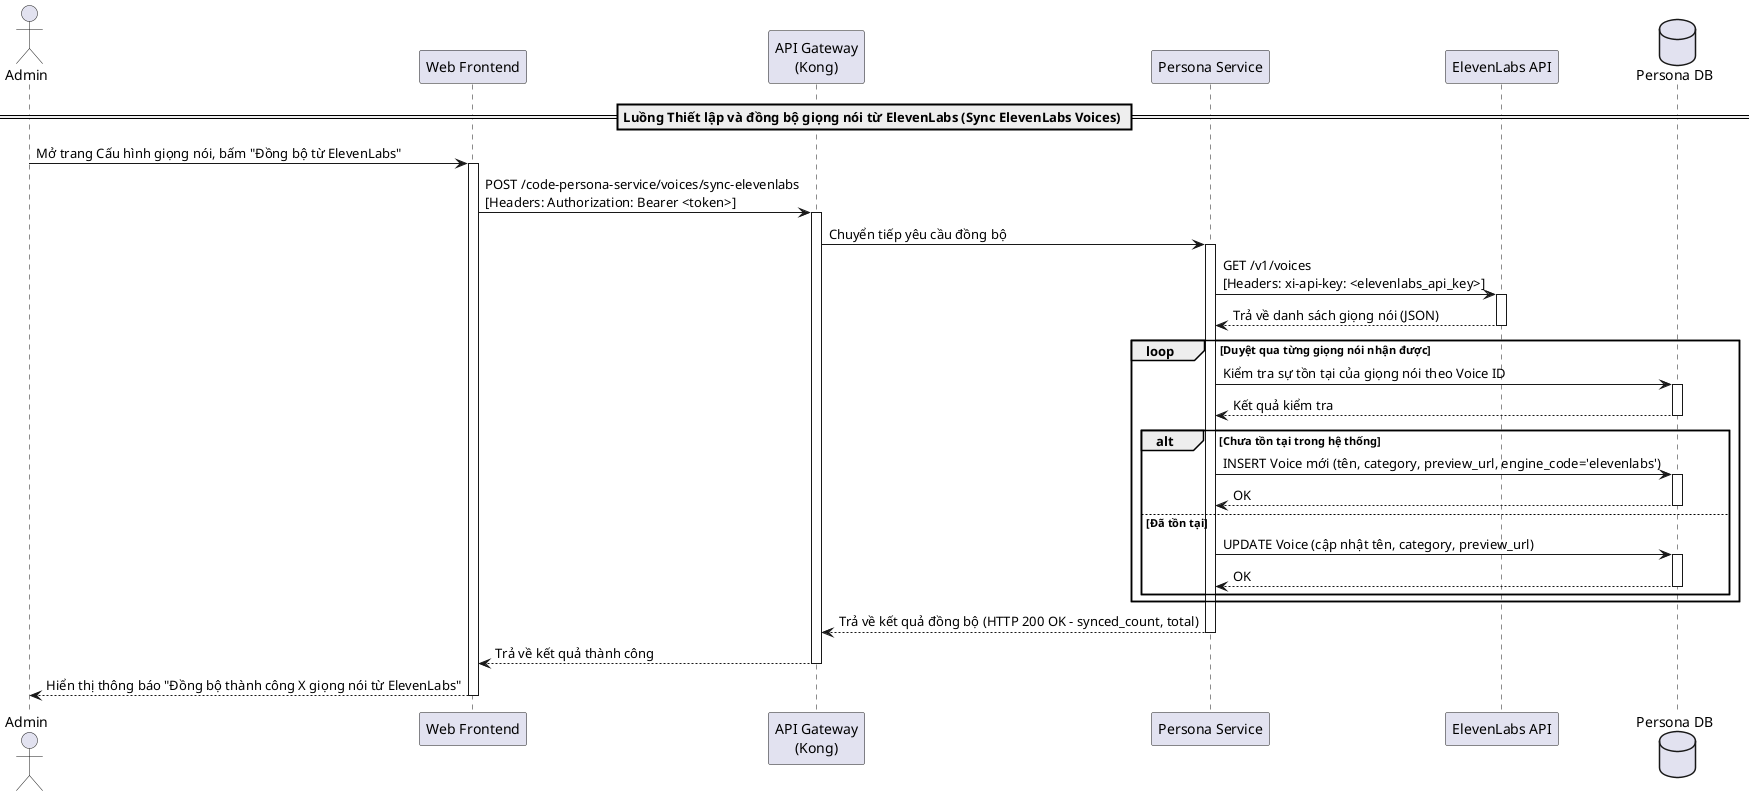
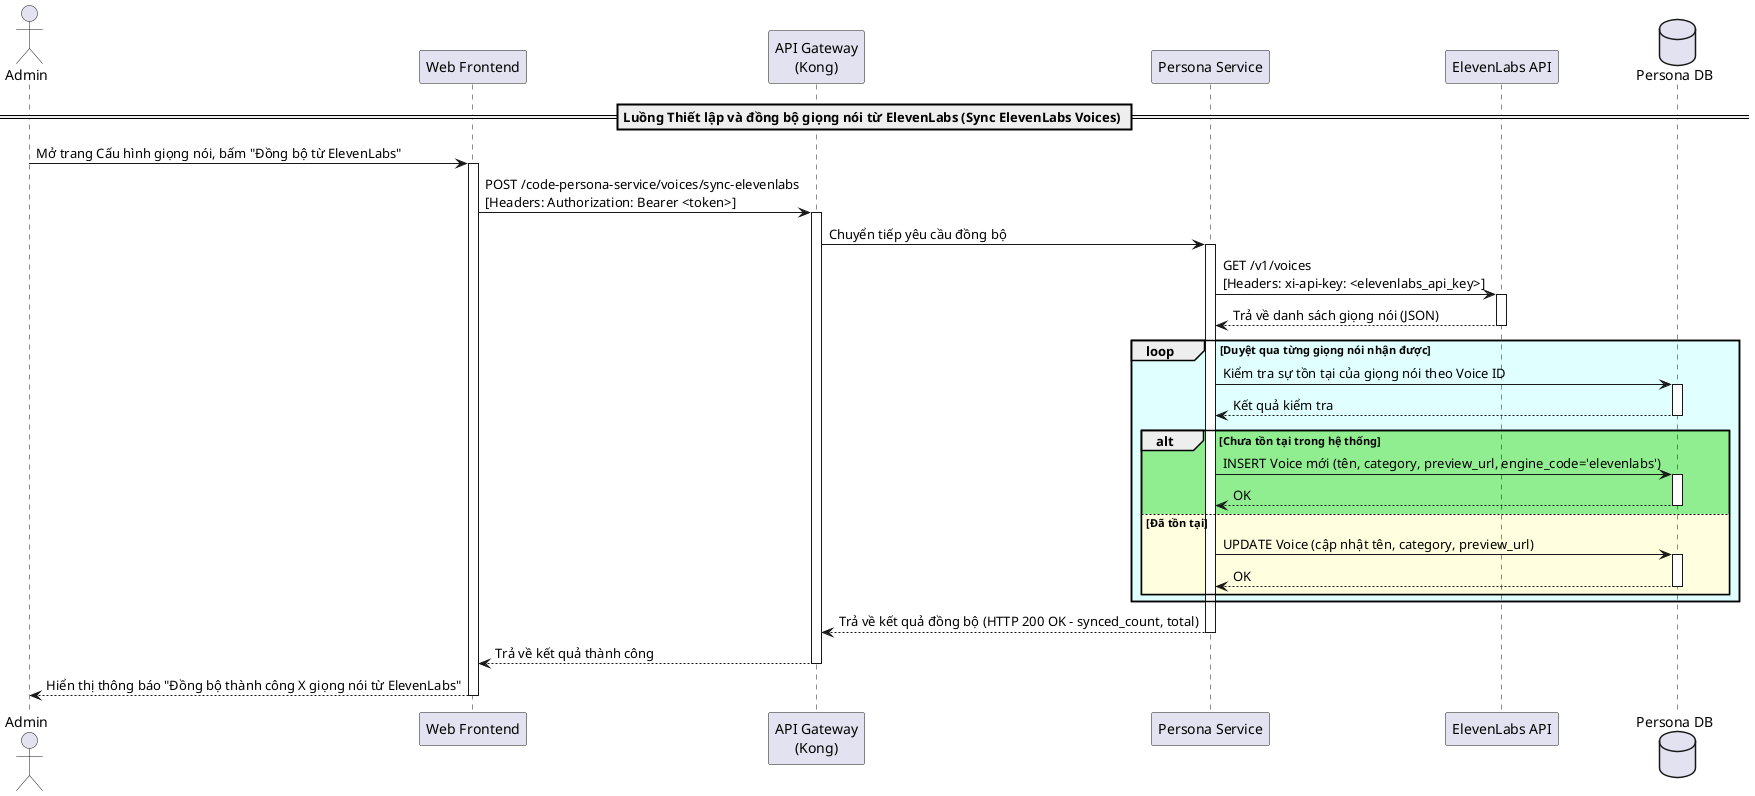
@startuml
actor "Admin" as Admin
participant "Web Frontend" as Frontend
participant "API Gateway\n(Kong)" as Kong
participant "Persona Service" as PersonaService
participant "ElevenLabs API" as ElevenLabs
database "Persona DB" as DB

== Luồng Thiết lập và đồng bộ giọng nói từ ElevenLabs (Sync ElevenLabs Voices) ==
Admin -> Frontend: Mở trang Cấu hình giọng nói, bấm "Đồng bộ từ ElevenLabs"
activate Frontend

Frontend -> Kong: POST /code-persona-service/voices/sync-elevenlabs\n[Headers: Authorization: Bearer <token>]
activate Kong
Kong -> PersonaService: Chuyển tiếp yêu cầu đồng bộ
activate PersonaService

PersonaService -> ElevenLabs: GET /v1/voices\n[Headers: xi-api-key: <elevenlabs_api_key>]
activate ElevenLabs
ElevenLabs --> PersonaService: Trả về danh sách giọng nói (JSON)
deactivate ElevenLabs

- loop Duyệt qua từng giọng nói nhận được
+ loop #LightCyan Duyệt qua từng giọng nói nhận được
    PersonaService -> DB: Kiểm tra sự tồn tại của giọng nói theo Voice ID
    activate DB
    DB --> PersonaService: Kết quả kiểm tra
    deactivate DB

-     alt Chưa tồn tại trong hệ thống
+     alt #LightGreen Chưa tồn tại trong hệ thống
        PersonaService -> DB: INSERT Voice mới (tên, category, preview_url, engine_code='elevenlabs')
        activate DB
        DB --> PersonaService: OK
        deactivate DB
-     else Đã tồn tại
+     else #LightYellow Đã tồn tại
        PersonaService -> DB: UPDATE Voice (cập nhật tên, category, preview_url)
        activate DB
        DB --> PersonaService: OK
        deactivate DB
    end
end

PersonaService --> Kong: Trả về kết quả đồng bộ (HTTP 200 OK - synced_count, total)
deactivate PersonaService
Kong --> Frontend: Trả về kết quả thành công
deactivate Kong

Frontend --> Admin: Hiển thị thông báo "Đồng bộ thành công X giọng nói từ ElevenLabs"
deactivate Frontend
@enduml
